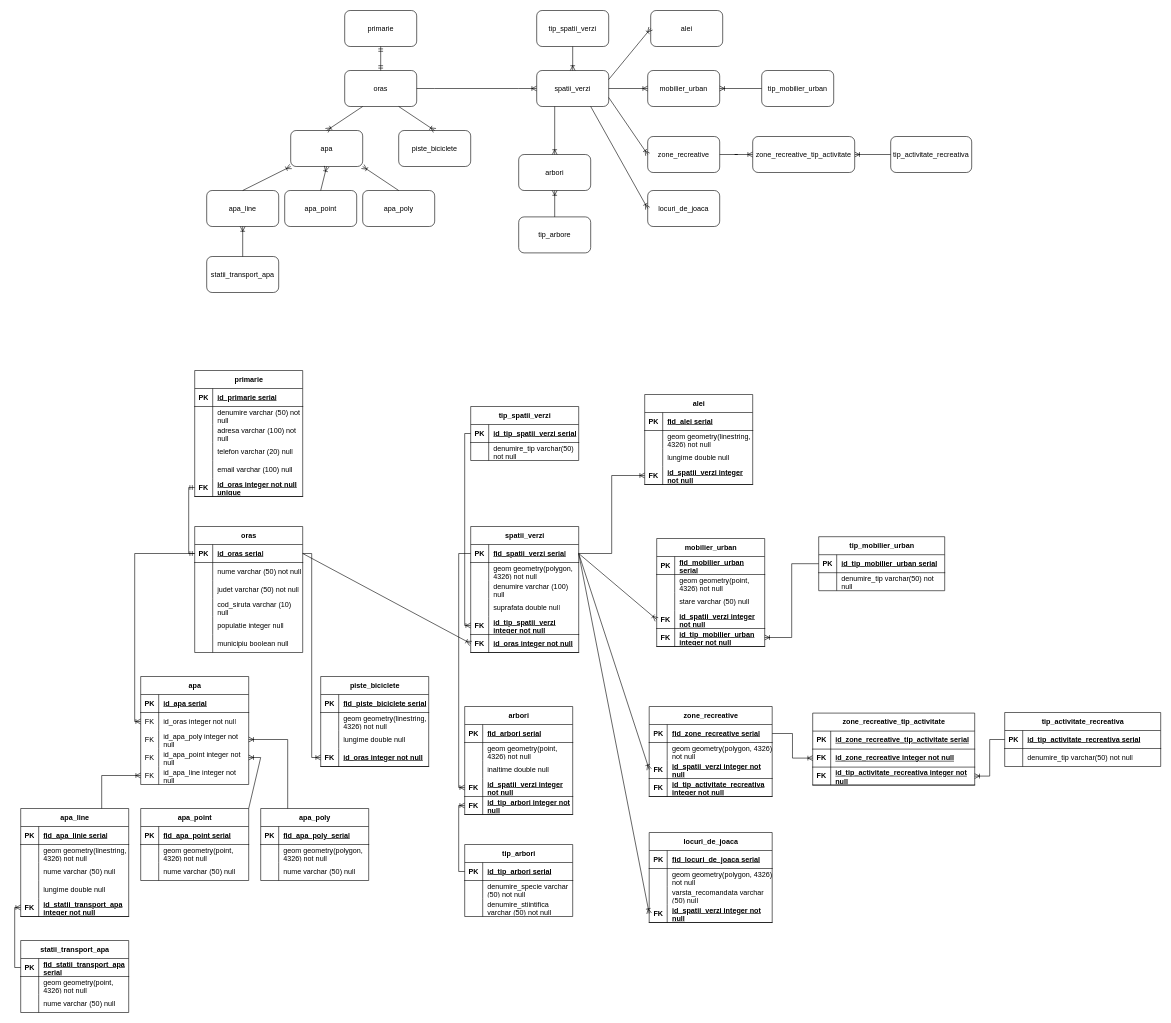
Before: Diagramă fără titlu.drawio in AdelaLukacs/examen_sem_II_lukacs_adela, a draw.io diagram. Source tidied: cells renumbered, new cells numbered last; positions are measured from the earlier drawing's top-left corner, leaving out a move shared by most shapes. Both pictures are drawn from the tidied source at 60%, with x=0, y=0 at pixel (20, 10).
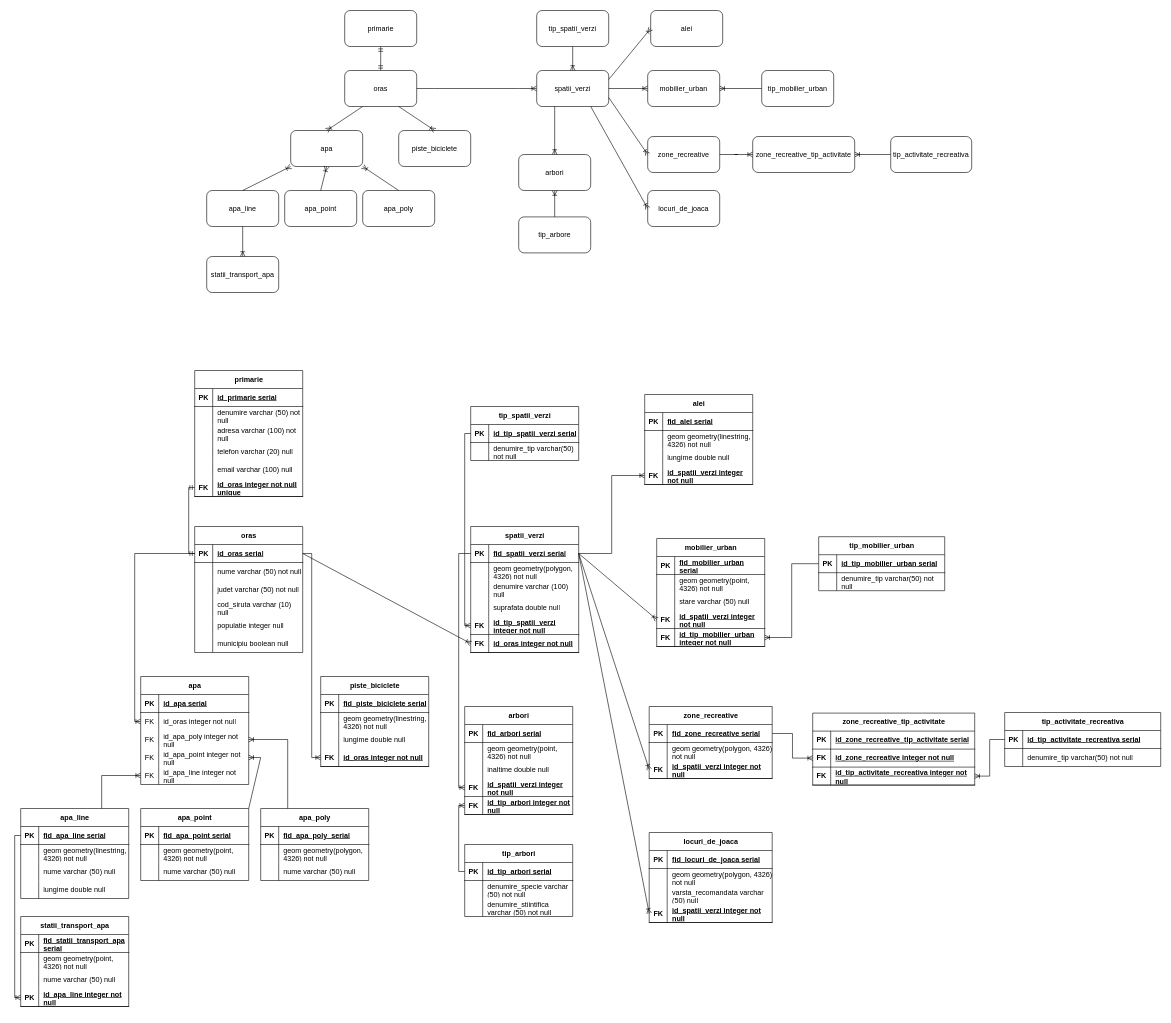
After the change.

Unchanged cells that the change refers to:
```xml
<mxCell id="9" value="apa_line" style="rounded=1;whiteSpace=wrap;html=1;" parent="1" vertex="1">
  <mxGeometry x="310" y="300" width="120" height="60" as="geometry" />
</mxCell>
<mxCell id="13" value="statii_transport_apa" style="rounded=1;whiteSpace=wrap;html=1;" parent="1" vertex="1">
  <mxGeometry x="310" y="410" width="120" height="60" as="geometry" />
</mxCell>
<mxCell id="94" style="shape=tableRow;horizontal=0;startSize=0;swimlaneHead=0;swimlaneBody=0;fillColor=none;points=[[0,0.5],[1,0.5]];portConstraint=eastwest;top=0;left=0;right=0;bottom=1;" parent="93" vertex="1">
  <mxGeometry y="30" width="180" height="30" as="geometry" />
</mxCell>
<mxCell id="133" style="shape=tableRow;horizontal=0;startSize=0;swimlaneHead=0;swimlaneBody=0;fillColor=none;points=[[0,0.5],[1,0.5]];portConstraint=eastwest;top=0;left=0;right=0;bottom=1;" parent="132" vertex="1">
  <mxGeometry y="30" width="180" height="30" as="geometry" />
</mxCell>
```

Diff of the diagram source:
```diff
@@
-    <mxCell id="14" style="fontSize=12;html=1;endArrow=ERoneToMany;rounded=0;exitX=0.5;exitY=0;exitDx=0;exitDy=0;entryX=0.5;entryY=1;entryDx=0;entryDy=0;" parent="1" edge="1" source="13" target="9">
+    <mxCell id="14" style="fontSize=12;html=1;endArrow=ERoneToMany;rounded=0;exitX=0.5;exitY=1;exitDx=0;exitDy=0;entryX=0.5;entryY=0;entryDx=0;entryDy=0;" parent="1" edge="1" source="9" target="13">
       <mxGeometry relative="1" as="geometry" />
     </mxCell>
@@
     <mxCell id="93" value="apa_line" style="shape=table;startSize=30;childLayout=tableLayout;rowLines=0;fontStyle=1;align=center;html=1;" parent="1" vertex="1">
-      <mxGeometry y="1330" width="180" height="180" as="geometry" />
+      <mxGeometry y="1330" width="180" height="150" as="geometry" />
     </mxCell>
@@
-    <mxCell id="96" value="fid_apa_linie serial" style="shape=partialRectangle;fillColor=none;top=0;left=0;bottom=0;right=0;align=left;spacingLeft=6;fontStyle=5;overflow=hidden;whiteSpace=wrap;html=1;" parent="94" vertex="1">
+    <mxCell id="96" value="fid_apa_line serial" style="shape=partialRectangle;fillColor=none;top=0;left=0;bottom=0;right=0;align=left;spacingLeft=6;fontStyle=5;overflow=hidden;whiteSpace=wrap;html=1;" parent="94" vertex="1">
       <mxGeometry x="30" width="150" height="30" as="geometry" />
     </mxCell>
@@
-    <mxCell id="106" style="shape=tableRow;horizontal=0;startSize=0;swimlaneHead=0;swimlaneBody=0;fillColor=none;points=[[0,0.5],[1,0.5]];portConstraint=eastwest;top=0;left=0;right=0;bottom=1;" parent="93" vertex="1">
-      <mxGeometry y="150" width="180" height="30" as="geometry" />
-    </mxCell>
-    <mxCell id="107" value="FK" style="shape=partialRectangle;fillColor=none;top=0;left=0;bottom=0;right=0;fontStyle=1;overflow=hidden;whiteSpace=wrap;html=1;" parent="106" vertex="1">
-      <mxGeometry width="30" height="30" as="geometry" />
-    </mxCell>
-    <mxCell id="108" value="id_statii_transport_apa integer not null" style="shape=partialRectangle;fillColor=none;top=0;left=0;bottom=0;right=0;align=left;spacingLeft=6;fontStyle=5;overflow=hidden;whiteSpace=wrap;html=1;" parent="106" vertex="1">
-      <mxGeometry x="30" width="150" height="30" as="geometry" />
-    </mxCell>
@@
     <mxCell id="132" value="statii_transport_apa" style="shape=table;startSize=30;childLayout=tableLayout;rowLines=0;fontStyle=1;align=center;html=1;" parent="1" vertex="1">
-      <mxGeometry y="1550" width="180" height="120" as="geometry" />
+      <mxGeometry y="1510" width="180" height="150" as="geometry" />
     </mxCell>
@@
+    <mxCell id="301" style="shape=tableRow;horizontal=0;startSize=0;swimlaneHead=0;swimlaneBody=0;fillColor=none;points=[[0,0.5],[1,0.5]];portConstraint=eastwest;top=0;left=0;right=0;bottom=1;" parent="132" vertex="1">
+      <mxGeometry y="120" width="180" height="30" as="geometry" />
+    </mxCell>
+    <mxCell id="302" value="PK" style="shape=partialRectangle;fillColor=none;top=0;left=0;bottom=0;right=0;fontStyle=1;overflow=hidden;whiteSpace=wrap;html=1;" parent="301" vertex="1">
+      <mxGeometry width="30" height="30" as="geometry" />
+    </mxCell>
+    <mxCell id="303" value="id_apa_line integer not null" style="shape=partialRectangle;fillColor=none;top=0;left=0;bottom=0;right=0;align=left;spacingLeft=6;fontStyle=5;overflow=hidden;whiteSpace=wrap;html=1;" parent="301" vertex="1">
+      <mxGeometry x="30" width="150" height="30" as="geometry" />
+    </mxCell>
-    <mxCell id="142" style="edgeStyle=orthogonalEdgeStyle;fontSize=12;html=1;endArrow=ERoneToMany;rounded=0;exitX=0;exitY=0.5;exitDx=0;exitDy=0;entryX=0;entryY=0.5;entryDx=0;entryDy=0;" parent="1" edge="1" source="133" target="106">
+    <mxCell id="142" style="edgeStyle=orthogonalEdgeStyle;fontSize=12;html=1;endArrow=ERoneToMany;rounded=0;exitX=0;exitY=0.5;exitDx=0;exitDy=0;entryX=0;entryY=0.5;entryDx=0;entryDy=0;" parent="1" edge="1" source="94" target="301">
       <mxGeometry relative="1" as="geometry" />
     </mxCell>
@@
     <mxCell id="252" value="zone_recreative" style="shape=table;startSize=30;childLayout=tableLayout;rowLines=0;fontStyle=1;align=center;html=1;" parent="1" vertex="1">
-      <mxGeometry x="1047.5" y="1160" width="205" height="150" as="geometry" />
+      <mxGeometry x="1047.5" y="1160" width="205" height="120" as="geometry" />
     </mxCell>
@@
-    <mxCell id="262" style="shape=tableRow;horizontal=0;startSize=0;swimlaneHead=0;swimlaneBody=0;fillColor=none;top=0;left=0;right=0;bottom=1;" parent="252" vertex="1">
-      <mxGeometry y="120" width="205" height="30" as="geometry" />
-    </mxCell>
-    <mxCell id="263" value="FK" style="shape=partialRectangle;fillColor=none;top=0;left=0;bottom=0;right=0;fontStyle=1;overflow=hidden;whiteSpace=wrap;html=1;" parent="262" vertex="1">
-      <mxGeometry width="30" height="30" as="geometry" />
-    </mxCell>
-    <mxCell id="264" value="id_tip_activitate_recreativa integer not null" style="shape=partialRectangle;fillColor=none;top=0;left=0;bottom=0;right=0;align=left;spacingLeft=6;fontStyle=5;overflow=hidden;whiteSpace=wrap;html=1;" parent="262" vertex="1">
-      <mxGeometry x="30" width="175" height="30" as="geometry" />
-    </mxCell>
```
